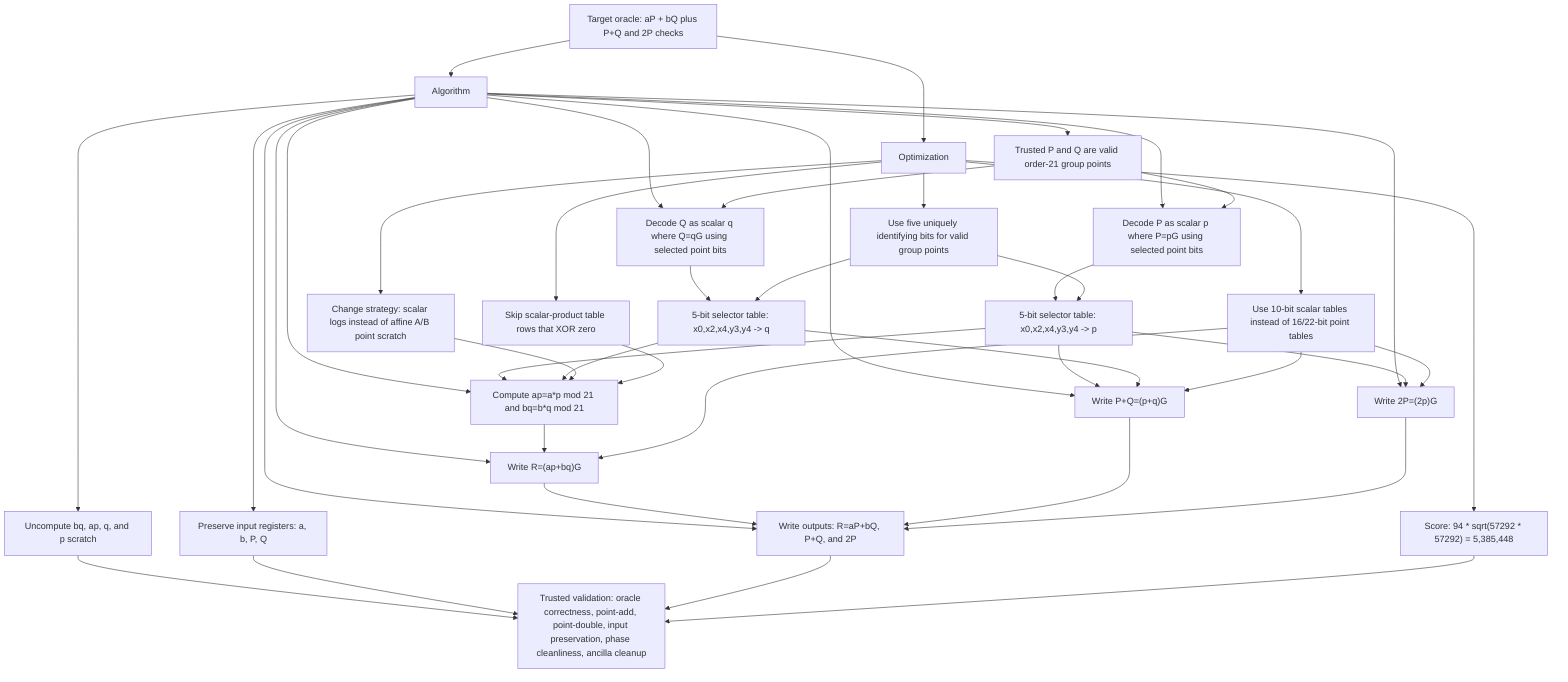
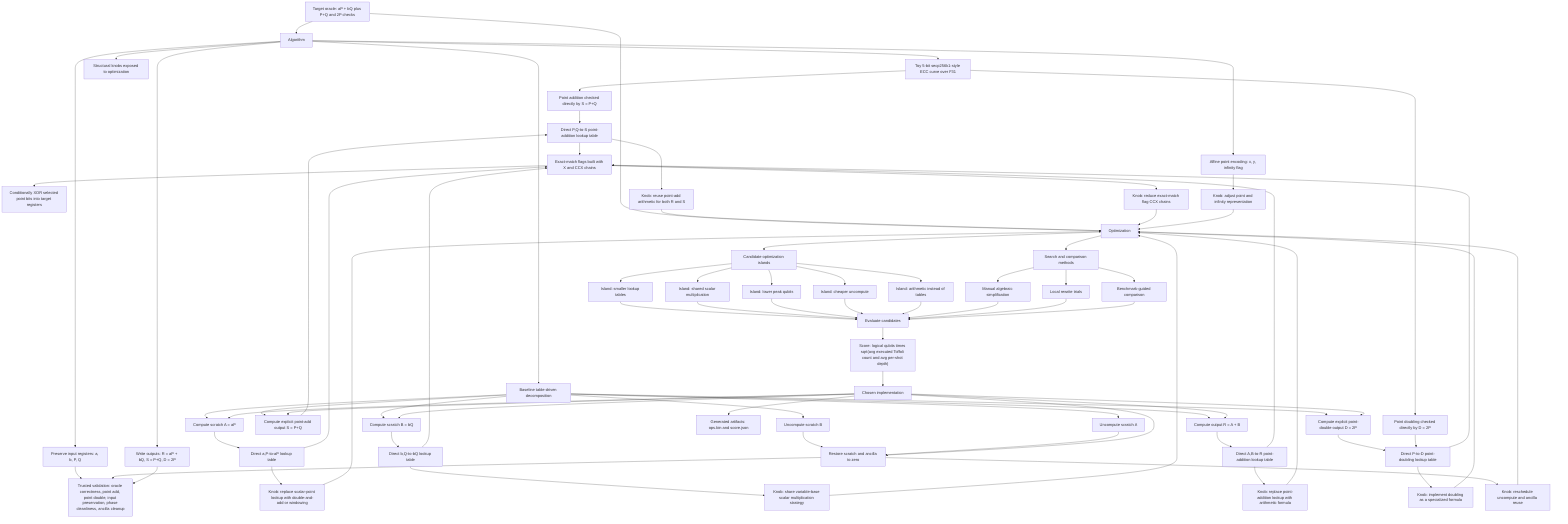
flowchart TD
  Target["Target oracle: aP + bQ plus P+Q and 2P checks"]
  Algorithm["Algorithm"]
  Optimization["Optimization"]

  Target --> Algorithm
  Target --> Optimization

  Algorithm --> ABI["Preserve input registers: a, b, P, Q"]
-   Algorithm --> Outputs["Write outputs: R=aP+bQ, P+Q, and 2P"]
-   Algorithm --> ValidDomain["Trusted P and Q are valid order-21 group points"]
-   Algorithm --> DecodeP["Decode P as scalar p where P=pG using selected point bits"]
-   Algorithm --> DecodeQ["Decode Q as scalar q where Q=qG using selected point bits"]
-   Algorithm --> Products["Compute ap=a*p mod 21 and bq=b*q mod 21"]
-   Algorithm --> ROut["Write R=(ap+bq)G"]
-   Algorithm --> SumOut["Write P+Q=(p+q)G"]
-   Algorithm --> DoubleOut["Write 2P=(2p)G"]
-   Algorithm --> Uncompute["Uncompute bq, ap, q, and p scratch"]
+   Algorithm --> Output["Write outputs: R = aP + bQ, S = P+Q, D = 2P"]
+   Algorithm --> Curve["Toy 5-bit secp256k1-style ECC curve over F31"]
+   Algorithm --> Encoding["Affine point encoding: x, y, infinity flag"]

-   ValidDomain --> DecodeP
-   ValidDomain --> DecodeQ
-   DecodeP --> PLog["5-bit selector table: x0,x2,x4,y3,y4 -> p"]
-   DecodeQ --> QLog["5-bit selector table: x0,x2,x4,y3,y4 -> q"]
-   PLog --> Products
-   QLog --> Products
-   Products --> ROut
-   PLog --> SumOut
-   QLog --> SumOut
-   PLog --> DoubleOut
-   ROut --> Outputs
-   SumOut --> Outputs
-   DoubleOut --> Outputs
-   Uncompute --> Validation["Trusted validation: oracle correctness, point-add, point-double, input preservation, phase cleanliness, ancilla cleanup"]
-   ABI --> Validation
-   Outputs --> Validation
+   Algorithm --> Baseline["Baseline table-driven decomposition"]
+   Baseline --> AP["Compute scratch A = aP"]
+   Baseline --> BQ["Compute scratch B = bQ"]
+   Baseline --> Add["Compute output R = A + B"]
+   Baseline --> CheckAdd["Compute explicit point-add output S = P+Q"]
+   Baseline --> CheckDouble["Compute explicit point-double output D = 2P"]
+   Baseline --> UncomputeB["Uncompute scratch B"]
+   Baseline --> UncomputeA["Uncompute scratch A"]

-   Optimization --> StrategyChange["Change strategy: scalar logs instead of affine A/B point scratch"]
-   Optimization --> SelectorDecode["Use five uniquely identifying bits for valid group points"]
-   Optimization --> ZeroRows["Skip scalar-product table rows that XOR zero"]
-   Optimization --> SmallerTables["Use 10-bit scalar tables instead of 16/22-bit point tables"]
-   Optimization --> Score["Score: 94 * sqrt(57292 * 57292) = 5,385,448"]
+   AP --> APTable["Direct a,P-to-aP lookup table"]
+   BQ --> BQTable["Direct b,Q-to-bQ lookup table"]
+   Add --> AddTable["Direct A,B-to-R point-addition lookup table"]
+   CheckAdd --> CheckAddTable["Direct P,Q-to-S point-addition lookup table"]
+   CheckDouble --> DoubleTable["Direct P-to-D point-doubling lookup table"]
+   UncomputeB --> Cleanup["Restore scratch and ancilla to zero"]
+   UncomputeA --> Cleanup

-   StrategyChange --> Products
-   SelectorDecode --> PLog
-   SelectorDecode --> QLog
-   ZeroRows --> Products
-   SmallerTables --> ROut
-   SmallerTables --> SumOut
-   SmallerTables --> DoubleOut
-   Score --> Validation
+   APTable --> MatchFlags["Exact-match flags built with X and CCX chains"]
+   BQTable --> MatchFlags
+   AddTable --> MatchFlags
+   CheckAddTable --> MatchFlags
+   DoubleTable --> MatchFlags
+   MatchFlags --> PointXor["Conditionally XOR selected point bits into target registers"]
+ 
+   Curve --> PointAddition["Point addition checked directly by S = P+Q"]
+   Curve --> PointDoubling["Point doubling checked directly by D = 2P"]
+   PointAddition --> CheckAddTable
+   PointDoubling --> DoubleTable
+ 
+   ABI --> Validation["Trusted validation: oracle correctness, point add, point double, input preservation, phase cleanliness, ancilla cleanup"]
+   Cleanup --> Validation
+   Output --> Validation
+ 
+   Algorithm --> Knobs["Structural knobs exposed to optimization"]
+   APTable --> K1["Knob: replace scalar-point lookup with double-and-add or windowing"]
+   BQTable --> K2["Knob: share variable-base scalar multiplication strategy"]
+   AddTable --> K3["Knob: replace point-addition lookup with arithmetic formula"]
+   CheckAddTable --> K4["Knob: reuse point-add arithmetic for both R and S"]
+   DoubleTable --> K5["Knob: implement doubling as a specialized formula"]
+   MatchFlags --> K6["Knob: reduce exact-match flag CCX chains"]
+   Cleanup --> K7["Knob: reschedule uncompute and ancilla reuse"]
+   Encoding --> K8["Knob: adjust point and infinity representation"]
+ 
+   K1 --> Optimization
+   K2 --> Optimization
+   K3 --> Optimization
+   K4 --> Optimization
+   K5 --> Optimization
+   K6 --> Optimization
+   K7 --> Optimization
+   K8 --> Optimization
+ 
+   Optimization --> Islands["Candidate optimization islands"]
+   Islands --> I1["Island: smaller lookup tables"]
+   Islands --> I2["Island: shared scalar multiplication"]
+   Islands --> I3["Island: lower peak qubits"]
+   Islands --> I4["Island: cheaper uncompute"]
+   Islands --> I5["Island: arithmetic instead of tables"]
+ 
+   Optimization --> Methods["Search and comparison methods"]
+   Methods --> M1["Manual algebraic simplification"]
+   Methods --> M2["Local rewrite trials"]
+   Methods --> M3["Benchmark-guided comparison"]
+ 
+   I1 --> Eval["Evaluate candidates"]
+   I2 --> Eval
+   I3 --> Eval
+   I4 --> Eval
+   I5 --> Eval
+   M1 --> Eval
+   M2 --> Eval
+   M3 --> Eval
+ 
+   Eval --> Score["Score: logical qubits times sqrt(avg executed Toffoli count and avg per-shot depth)"]
+   Score --> Choice["Chosen implementation"]
+   Choice --> Artifact["Generated artifacts: ops.bin and score.json"]
+   Choice --> AP
+   Choice --> BQ
+   Choice --> Add
+   Choice --> CheckAdd
+   Choice --> CheckDouble
+   Choice --> Cleanup
